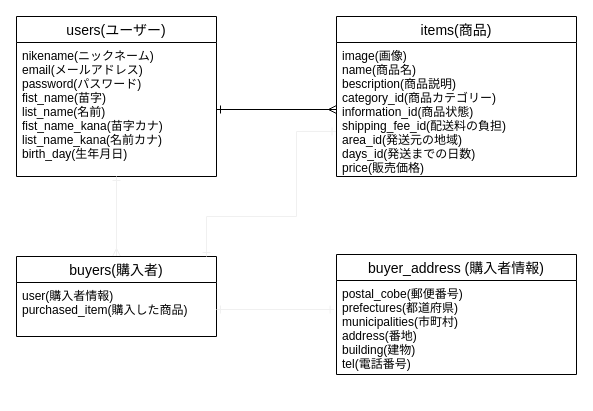
This is app/test.dio from RIKUO514/furima-33962, a draw.io file, before an edit. Source tidied: cells renumbered, new cells numbered last; positions are measured from the earlier drawing's top-left corner, leaving out a move shared by most shapes. Both pictures are drawn from the tidied source at 100%, with x=0, y=0 at pixel (16, 16).
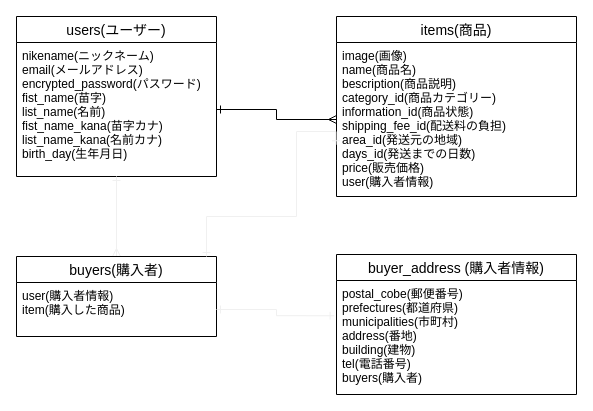
The same diagram, later.

Change to the diagram source:
```diff
@@
 <mxGraphModel>
   <root>
     <mxCell id="0" />
     <mxCell id="1" parent="0" />
     <mxCell id="2" value="users(ユーザー)" style="swimlane;fontStyle=0;horizontal=1;startSize=26;align=center;fontSize=14;" parent="1" vertex="1">
       <mxGeometry width="200" height="160" as="geometry" />
     </mxCell>
-    <mxCell id="3" value="nikename(ニックネーム)&#10;email(メールアドレス)&#10;password(パスワード)&#10;fist_name(苗字)&#10;list_name(名前)&#10;fist_name_kana(苗字カナ)&#10;list_name_kana(名前カナ)&#10;birth_day(生年月日)" style="text;strokeColor=none;fillColor=none;spacingLeft=4;spacingRight=4;overflow=hidden;points=[[0,0.5],[1,0.5]];portConstraint=eastwest;fontSize=12;" parent="2" vertex="1">
+    <mxCell id="3" value="nikename(ニックネーム)&#10;email(メールアドレス)&#10;encrypted_password(パスワード)&#10;fist_name(苗字)&#10;list_name(名前)&#10;fist_name_kana(苗字カナ)&#10;list_name_kana(名前カナ)&#10;birth_day(生年月日)" style="text;strokeColor=none;fillColor=none;spacingLeft=4;spacingRight=4;overflow=hidden;points=[[0,0.5],[1,0.5]];portConstraint=eastwest;fontSize=12;" parent="2" vertex="1">
       <mxGeometry y="26" width="200" height="134" as="geometry" />
     </mxCell>
     <mxCell id="4" value="items(商品)" style="swimlane;fontStyle=0;horizontal=1;startSize=26;align=center;fontSize=14;" parent="1" vertex="1">
-      <mxGeometry x="320" width="240" height="160" as="geometry" />
+      <mxGeometry x="320" width="240" height="180" as="geometry" />
     </mxCell>
-    <mxCell id="5" value="image(画像)&#10;name(商品名)&#10;bescription(商品説明)&#10;category_id(商品カテゴリー)&#10;information_id(商品状態)&#10;shipping_fee_id(配送料の負担)&#10;area_id(発送元の地域)&#10;days_id(発送までの日数)&#10;price(販売価格)&#10;&#10;" style="text;strokeColor=none;fillColor=none;spacingLeft=4;spacingRight=4;overflow=hidden;points=[[0,0.5],[1,0.5]];portConstraint=eastwest;fontSize=12;" parent="4" vertex="1">
-      <mxGeometry y="26" width="240" height="134" as="geometry" />
+    <mxCell id="5" value="image(画像)&#10;name(商品名)&#10;bescription(商品説明)&#10;category_id(商品カテゴリー)&#10;information_id(商品状態)&#10;shipping_fee_id(配送料の負担)&#10;area_id(発送元の地域)&#10;days_id(発送までの日数)&#10;price(販売価格)&#10;user(購入者情報)&#10;" style="text;strokeColor=none;fillColor=none;spacingLeft=4;spacingRight=4;overflow=hidden;points=[[0,0.5],[1,0.5]];portConstraint=eastwest;fontSize=12;" parent="4" vertex="1">
+      <mxGeometry y="26" width="240" height="154" as="geometry" />
     </mxCell>
     <mxCell id="6" style="edgeStyle=orthogonalEdgeStyle;rounded=0;jettySize=auto;html=1;exitX=1;exitY=0.5;exitDx=0;exitDy=0;entryX=0;entryY=0.5;entryDx=0;entryDy=0;endArrow=ERmany;endFill=0;startArrow=ERone;startFill=0;" parent="1" edge="1" source="3" target="5">
       <mxGeometry relative="1" as="geometry" />
     </mxCell>
     <mxCell id="7" style="edgeStyle=orthogonalEdgeStyle;rounded=0;jettySize=auto;html=1;entryX=0.5;entryY=1;entryDx=0;entryDy=0;entryPerimeter=0;startArrow=ERmany;startFill=0;endArrow=ERone;endFill=0;strokeColor=#f0f0f0;strokeWidth=1;" parent="1" edge="1" source="8" target="3">
       <mxGeometry relative="1" as="geometry" />
     </mxCell>
     <mxCell id="8" value="buyers(購入者)" style="swimlane;fontStyle=0;horizontal=1;startSize=26;align=center;fontSize=14;" parent="1" vertex="1">
       <mxGeometry y="240" width="200" height="80" as="geometry" />
     </mxCell>
-    <mxCell id="9" value="user(購入者情報)&#10;purchased_item(購入した商品)" style="text;strokeColor=none;fillColor=none;spacingLeft=4;spacingRight=4;overflow=hidden;points=[[0,0.5],[1,0.5]];portConstraint=eastwest;fontSize=12;" parent="8" vertex="1">
+    <mxCell id="9" value="user(購入者情報)&#10;item(購入した商品)" style="text;strokeColor=none;fillColor=none;spacingLeft=4;spacingRight=4;overflow=hidden;points=[[0,0.5],[1,0.5]];portConstraint=eastwest;fontSize=12;" parent="8" vertex="1">
       <mxGeometry y="26" width="200" height="54" as="geometry" />
     </mxCell>
     <mxCell id="10" value="buyer_address (購入者情報)" style="swimlane;fontStyle=0;horizontal=1;startSize=26;align=center;fontSize=14;" parent="1" vertex="1">
-      <mxGeometry x="320" y="238" width="240" height="120" as="geometry" />
+      <mxGeometry x="320" y="238" width="240" height="140" as="geometry" />
     </mxCell>
-    <mxCell id="11" value="postal_cobe(郵便番号)&#10;prefectures(都道府県)&#10;municipalities(市町村)&#10;address(番地)&#10;building(建物)&#10;tel(電話番号)&#10;" style="text;strokeColor=none;fillColor=none;spacingLeft=4;spacingRight=4;overflow=hidden;points=[[0,0.5],[1,0.5]];portConstraint=eastwest;fontSize=12;" parent="10" vertex="1">
-      <mxGeometry y="26" width="240" height="94" as="geometry" />
+    <mxCell id="11" value="postal_cobe(郵便番号)&#10;prefectures(都道府県)&#10;municipalities(市町村)&#10;address(番地)&#10;building(建物)&#10;tel(電話番号)&#10;buyers(購入者)" style="text;strokeColor=none;fillColor=none;spacingLeft=4;spacingRight=4;overflow=hidden;points=[[0,0.5],[1,0.5]];portConstraint=eastwest;fontSize=12;" parent="10" vertex="1">
+      <mxGeometry y="26" width="240" height="114" as="geometry" />
     </mxCell>
     <mxCell id="12" style="edgeStyle=orthogonalEdgeStyle;rounded=0;jettySize=auto;html=1;entryX=-0.01;entryY=0.309;entryDx=0;entryDy=0;entryPerimeter=0;startArrow=ERone;startFill=0;endArrow=ERone;endFill=0;strokeColor=#f0f0f0;strokeWidth=1;" parent="1" edge="1" source="9" target="11">
       <mxGeometry relative="1" as="geometry" />
     </mxCell>
     <mxCell id="13" style="edgeStyle=orthogonalEdgeStyle;rounded=0;jettySize=auto;html=1;entryX=-0.002;entryY=0.664;entryDx=0;entryDy=0;entryPerimeter=0;startArrow=ERone;startFill=0;endArrow=ERone;endFill=0;strokeColor=#f0f0f0;strokeWidth=1;" parent="1" edge="1" target="5">
       <mxGeometry relative="1" as="geometry">
         <mxPoint x="190" y="240" as="sourcePoint" />
         <Array as="points">
           <mxPoint x="190" y="200" />
           <mxPoint x="280" y="200" />
           <mxPoint x="280" y="115" />
         </Array>
       </mxGeometry>
     </mxCell>
   </root>
 </mxGraphModel>
```
